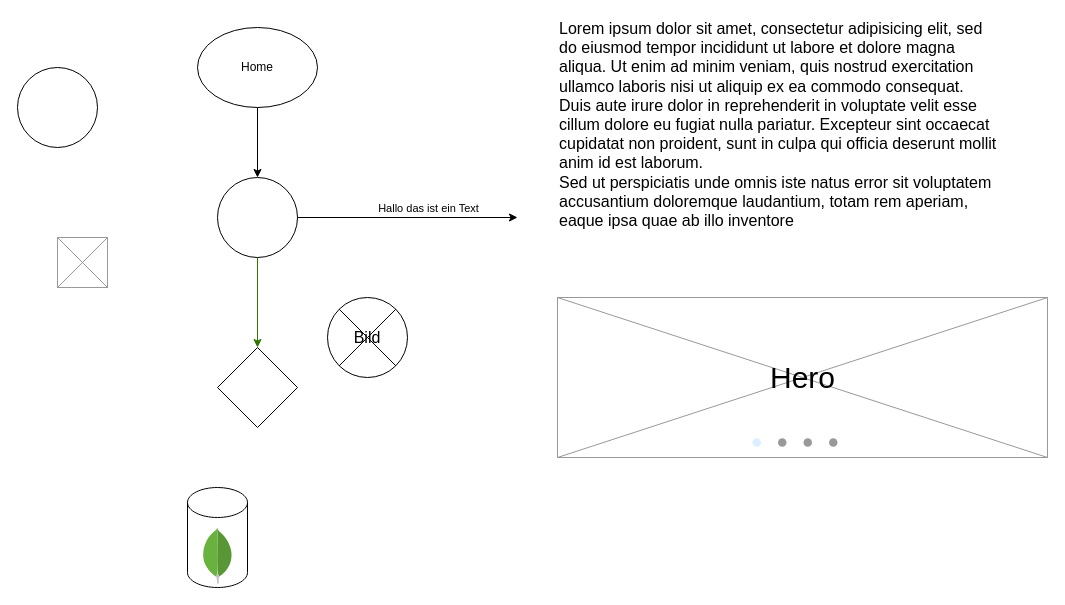
Above: docs/test.drawio in Lutz-Dietterich/freilauffreunde-app (draw.io), before the change. Source tidied: cells renumbered, new cells numbered last; positions are measured from the earlier drawing's top-left corner, leaving out a move shared by most shapes. Both pictures are drawn from the tidied source at 100%, with x=0, y=0 at pixel (17, 17).
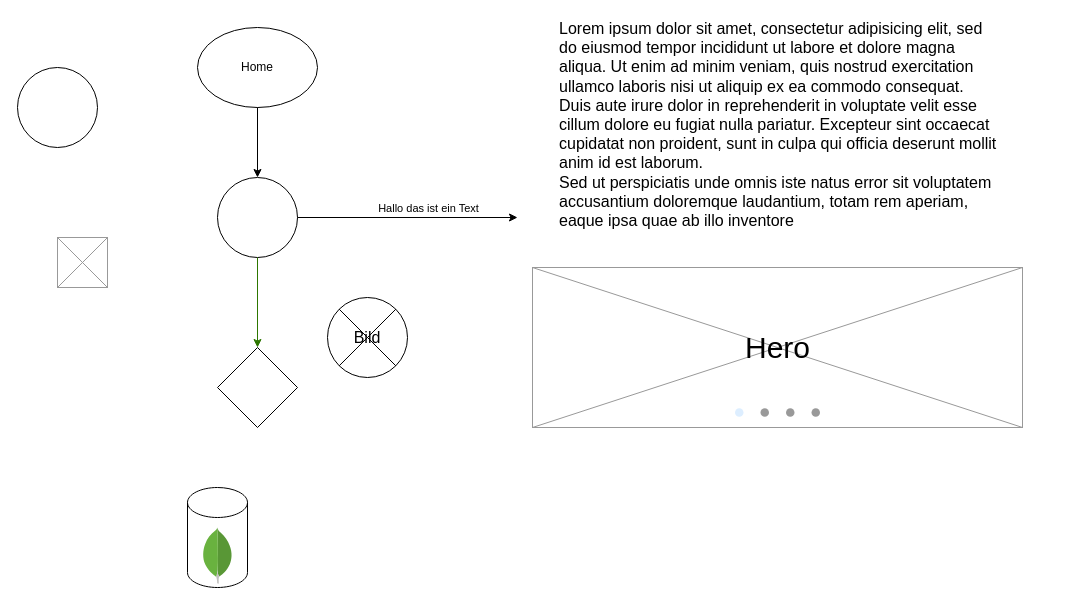
Above is the later version.

The edit, as a diff of the source:
```diff
@@
 <mxGraphModel>
   <root>
     <mxCell id="0" />
     <mxCell id="1" parent="0" />
     <mxCell id="2" style="ellipse;whiteSpace=wrap;html=1;" parent="1" vertex="1">
       <mxGeometry x="200" y="160" width="80" height="80" as="geometry" />
     </mxCell>
     <mxCell id="3" style="rhombus;whiteSpace=wrap;html=1;" parent="1" vertex="1">
       <mxGeometry x="200" y="330" width="80" height="80" as="geometry" />
     </mxCell>
     <mxCell id="4" style="endArrow=classic;html=1;exitX=0.5;exitY=1;exitDx=0;exitDy=0;entryX=0.5;entryY=0;entryDx=0;entryDy=0;fillColor=#60a917;strokeColor=#2D7600;" parent="1" edge="1" source="2" target="3">
       <mxGeometry relative="1" as="geometry" />
     </mxCell>
     <mxCell id="5" value="Home" style="ellipse;whiteSpace=wrap;html=1;" parent="1" vertex="1">
       <mxGeometry x="180" y="10" width="120" height="80" as="geometry" />
     </mxCell>
     <mxCell id="6" style="endArrow=classic;html=1;exitX=1;exitY=0.5;exitDx=0;exitDy=0;" parent="1" edge="1" source="2">
       <mxGeometry relative="1" as="geometry">
         <mxPoint x="500" y="200" as="targetPoint" />
       </mxGeometry>
     </mxCell>
     <mxCell id="7" value="Hallo das ist ein Text" style="edgeLabel;html=1;align=center;verticalAlign=middle;" parent="6" vertex="1">
       <mxGeometry x="0.18" relative="1" as="geometry">
         <mxPoint y="-10" as="offset" />
       </mxGeometry>
     </mxCell>
     <mxCell id="8" style="endArrow=classic;html=1;exitX=0.5;exitY=1;exitDx=0;exitDy=0;entryX=0.5;entryY=0;entryDx=0;entryDy=0;" parent="1" edge="1" source="5" target="2">
       <mxGeometry relative="1" as="geometry" />
     </mxCell>
     <mxCell id="9" style="group;" parent="1" vertex="1">
       <mxGeometry x="170" y="470" width="60" height="100" as="geometry" />
     </mxCell>
     <mxCell id="10" style="shape=cylinder3;whiteSpace=wrap;html=1;boundedLbl=1;backgroundOutline=1;size=15;" parent="9" vertex="1">
       <mxGeometry width="60" height="100" as="geometry" />
     </mxCell>
     <mxCell id="11" style="dashed=0;html=1;align=center;labelPosition=center;verticalLabelPosition=bottom;verticalAlign=top;shape=mxgraph.weblogos.mongodb;" parent="9" vertex="1">
       <mxGeometry x="14.7" y="40" width="30.6" height="56.2" as="geometry" />
     </mxCell>
     <mxCell id="12" value="Hero" style="verticalLabelPosition=middle;shadow=0;dashed=0;align=center;html=1;verticalAlign=middle;strokeWidth=1;shape=mxgraph.mockup.graphics.simpleIcon;strokeColor=#999999;labelPosition=center;fontSize=30;" parent="1" vertex="1">
-      <mxGeometry x="540" y="280" width="490" height="160" as="geometry" />
+      <mxGeometry x="515" y="250" width="490" height="160" as="geometry" />
     </mxCell>
     <mxCell id="13" style="verticalLabelPosition=bottom;shadow=0;dashed=0;align=center;html=1;verticalAlign=top;strokeWidth=1;shape=mxgraph.mockup.navigation.pageControl;fillColor=#999999;strokeColor=#ddeeff;fontSize=30;" parent="1" vertex="1">
-      <mxGeometry x="735" y="410" width="85" height="30" as="geometry" />
+      <mxGeometry x="717.5" y="380" width="85" height="30" as="geometry" />
     </mxCell>
-    <mxCell id="14" value="&lt;font style=&quot;font-size: 16px;&quot;&gt;Lorem ipsum dolor sit amet, consectetur adipisicing elit, sed do eiusmod tempor incididunt ut labore et dolore magna aliqua. Ut enim ad minim veniam, quis nostrud exercitation ullamco laboris nisi ut aliquip ex ea commodo consequat. Duis aute irure dolor in reprehenderit in voluptate velit esse cillum dolore eu fugiat nulla pariatur. Excepteur sint occaecat cupidatat non proident, sunt in culpa qui officia deserunt mollit anim id est laborum.&lt;br&gt;Sed ut perspiciatis unde omnis iste natus error sit voluptatem accusantium doloremque laudantium, totam rem aperiam, eaque ipsa quae ab illo inventore&amp;nbsp;&lt;/font&gt;" style="text;spacingTop=-5;whiteSpace=wrap;html=1;align=left;fontSize=12;fontFamily=Helvetica;fillColor=none;strokeColor=none;" parent="1" vertex="1">
+    <mxCell id="14" value="&lt;font style=&quot;font-size: 16px;&quot;&gt;Lorem ipsum dolor sit amet, consectetur adipisicing elit, sed do eiusmod tempor incididunt ut labore et dolore magna aliqua. Ut enim ad minim veniam, quis nostrud exercitation ullamco laboris nisi ut aliquip ex ea commodo consequat. Duis aute irure dolor in reprehenderit in voluptate velit esse cillum dolore eu fugiat nulla pariatur. Excepteur sint occaecat cupidatat non proident, sunt in culpa qui officia deserunt mollit anim id est laborum.&lt;br&gt;Sed ut perspiciatis unde omnis iste natus error sit voluptatem accusantium doloremque laudantium, totam rem aperiam, eaque ipsa quae ab illo inventore&amp;nbsp;&lt;/font&gt;" style="text;spacingTop=-5;whiteSpace=wrap;html=1;align=left;fontSize=12;fontFamily=Helvetica;" parent="1" vertex="1">
       <mxGeometry x="540" width="440" height="260" as="geometry" />
     </mxCell>
     <mxCell id="15" style="verticalLabelPosition=bottom;shadow=0;dashed=0;align=center;html=1;verticalAlign=top;strokeWidth=1;shape=mxgraph.mockup.graphics.simpleIcon;strokeColor=#999999;fontSize=16;" parent="1" vertex="1">
       <mxGeometry x="40" y="220" width="50" height="50" as="geometry" />
     </mxCell>
     <mxCell id="16" style="ellipse;whiteSpace=wrap;html=1;fontSize=16;" parent="1" vertex="1">
       <mxGeometry y="50" width="80" height="80" as="geometry" />
     </mxCell>
     <mxCell id="17" value="Bild" style="shape=sumEllipse;perimeter=ellipsePerimeter;whiteSpace=wrap;html=1;backgroundOutline=1;fontSize=16;" parent="1" vertex="1">
       <mxGeometry x="310" y="280" width="80" height="80" as="geometry" />
     </mxCell>
   </root>
 </mxGraphModel>
```
